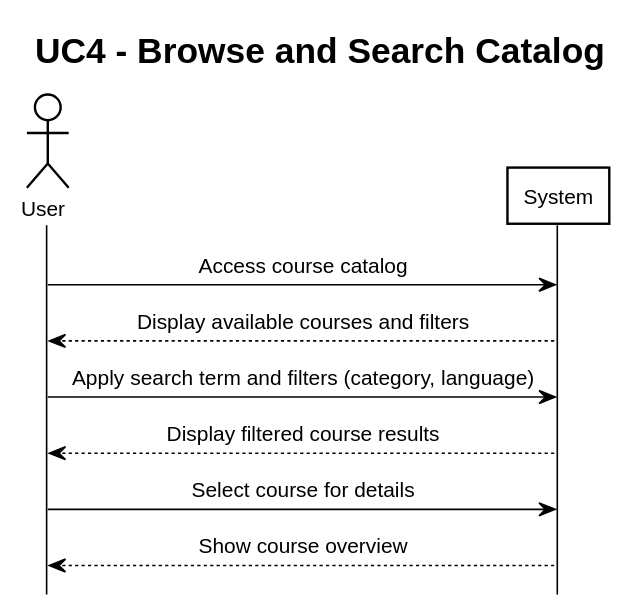
The PlantUML diagram out/Analysis/SSDs/UC4_BrowseSearchCatalog/UC4_BrowseSearchCatalog.svg in SEPCheesecakeFactory/SEP3, before a commit.
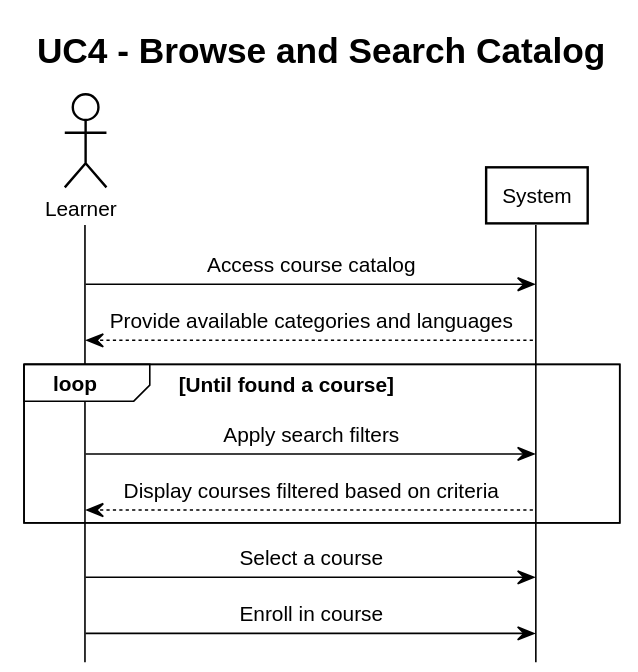
The same diagram one commit later.

The edit, as a diff of the source:
```diff
@@ -2,13 +2,17 @@
 title UC4 - Browse and Search Catalog
 !include https://raw.githubusercontent.com/fredoslav2004/MinimalThemePUML/refs/heads/main/minimal-theme.puml
 
-actor User
+actor Learner
 participant System
 
-User -> System: Access course catalog
-System --> User: Display available courses and filters
-User -> System: Apply search term and filters (category, language)
-System --> User: Display filtered course results
-User -> System: Select course for details
-System --> User: Show course overview
+Learner -> System: Access course catalog
+System --> Learner: Provide available categories and languages
+
+loop Until found a course
+    Learner -> System: Apply search filters
+    System --> Learner: Display courses filtered based on criteria
+end
+
+Learner -> System: Select a course
+Learner -> System: Enroll in course
 @enduml
```
